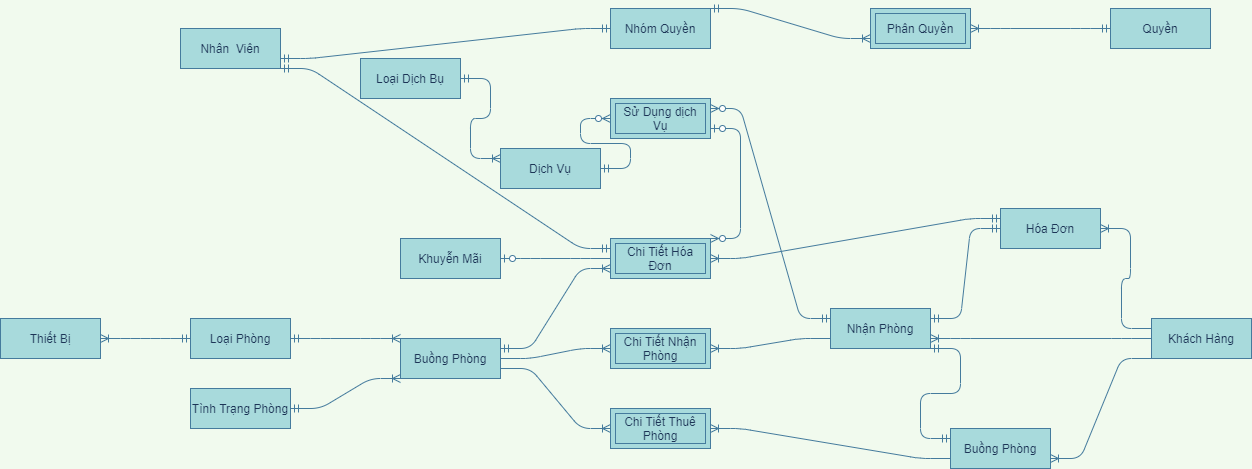
The draw.io diagram EntityRelationship-QLKS.png in maialino123/QLKS, before a commit. Source tidied: cells renumbered, new cells last; positions are measured from the earlier drawing's top-left corner, leaving out a move shared by most shapes.
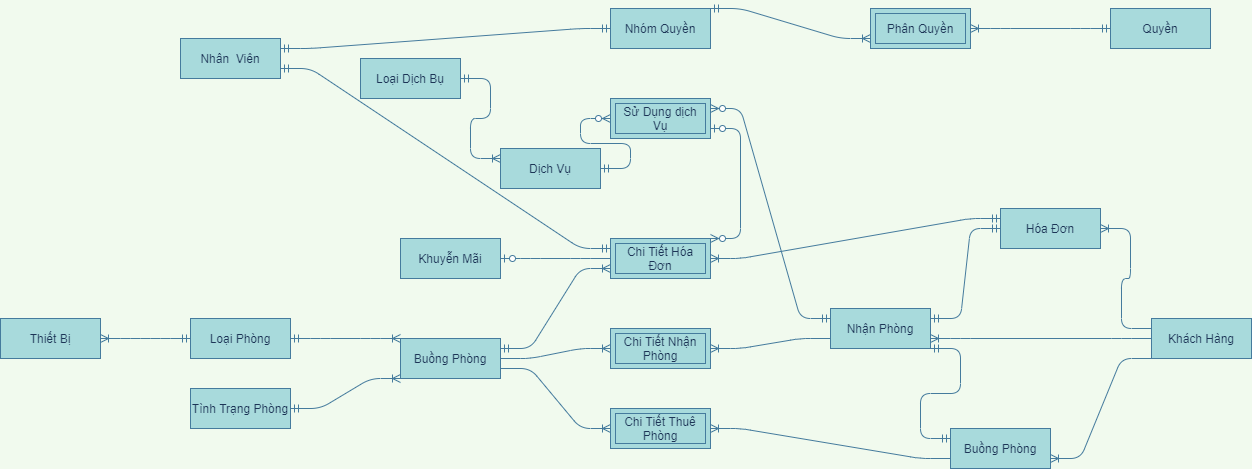
Later version of the same file.

Diff of the diagram source:
```diff
@@ -80,7 +80,7 @@
     <mxCell id="27" style="edgeStyle=entityRelationEdgeStyle;fontSize=12;html=1;endArrow=ERoneToMany;startArrow=ERmandOne;labelBackgroundColor=#F1FAEE;strokeColor=#457B9D;fontColor=#1D3557;entryX=0;entryY=0.75;entryDx=0;entryDy=0;exitX=1;exitY=0;exitDx=0;exitDy=0;" parent="1" edge="1" source="29" target="26">
       <mxGeometry relative="1" as="geometry" />
     </mxCell>
-    <mxCell id="28" style="edgeStyle=entityRelationEdgeStyle;fontSize=12;html=1;endArrow=ERmandOne;startArrow=ERmandOne;strokeColor=#457B9D;fillColor=#A8DADC;exitX=1;exitY=0.75;exitDx=0;exitDy=0;entryX=0;entryY=0.5;entryDx=0;entryDy=0;" parent="1" edge="1" source="31" target="29">
+    <mxCell id="28" style="edgeStyle=entityRelationEdgeStyle;fontSize=12;html=1;endArrow=ERmandOne;startArrow=ERmandOne;strokeColor=#457B9D;fillColor=#A8DADC;exitX=1;exitY=0.25;exitDx=0;exitDy=0;entryX=0;entryY=0.5;entryDx=0;entryDy=0;" parent="1" edge="1" source="31" target="29">
       <mxGeometry relative="1" as="geometry" />
     </mxCell>
     <mxCell id="29" value="Nhóm Quyền" style="whiteSpace=wrap;html=1;align=center;rounded=0;sketch=0;strokeColor=#457B9D;fillColor=#A8DADC;fontColor=#1D3557;" parent="1" vertex="1">
@@ -90,7 +90,7 @@
       <mxGeometry x="1110" width="100" height="40" as="geometry" />
     </mxCell>
     <mxCell id="31" value="Nhân&amp;nbsp; Viên" style="whiteSpace=wrap;html=1;align=center;rounded=0;sketch=0;strokeColor=#457B9D;fillColor=#A8DADC;fontColor=#1D3557;" parent="1" vertex="1">
-      <mxGeometry x="180" y="20" width="100" height="40" as="geometry" />
+      <mxGeometry x="180" y="30" width="100" height="40" as="geometry" />
     </mxCell>
     <mxCell id="32" value="Loại Dịch Bụ" style="whiteSpace=wrap;html=1;align=center;rounded=0;sketch=0;strokeColor=#457B9D;fillColor=#A8DADC;fontColor=#1D3557;" parent="1" vertex="1">
       <mxGeometry x="360" y="50" width="100" height="40" as="geometry" />
@@ -125,7 +125,7 @@
     <mxCell id="42" value="Hóa Đơn" style="whiteSpace=wrap;html=1;align=center;rounded=0;sketch=0;strokeColor=#457B9D;fillColor=#A8DADC;fontColor=#1D3557;" parent="1" vertex="1">
       <mxGeometry x="1000" y="200" width="100" height="40" as="geometry" />
     </mxCell>
-    <mxCell id="43" style="edgeStyle=entityRelationEdgeStyle;fontSize=12;html=1;endArrow=ERmandOne;startArrow=ERmandOne;strokeColor=#457B9D;fillColor=#A8DADC;entryX=1;entryY=1;entryDx=0;entryDy=0;exitX=0;exitY=0.25;exitDx=0;exitDy=0;" parent="1" edge="1" source="15" target="31">
+    <mxCell id="43" style="edgeStyle=entityRelationEdgeStyle;fontSize=12;html=1;endArrow=ERmandOne;startArrow=ERmandOne;strokeColor=#457B9D;fillColor=#A8DADC;entryX=1;entryY=0.75;entryDx=0;entryDy=0;exitX=0;exitY=0.25;exitDx=0;exitDy=0;" parent="1" edge="1" source="15" target="31">
       <mxGeometry relative="1" as="geometry" />
     </mxCell>
   </root>
```
